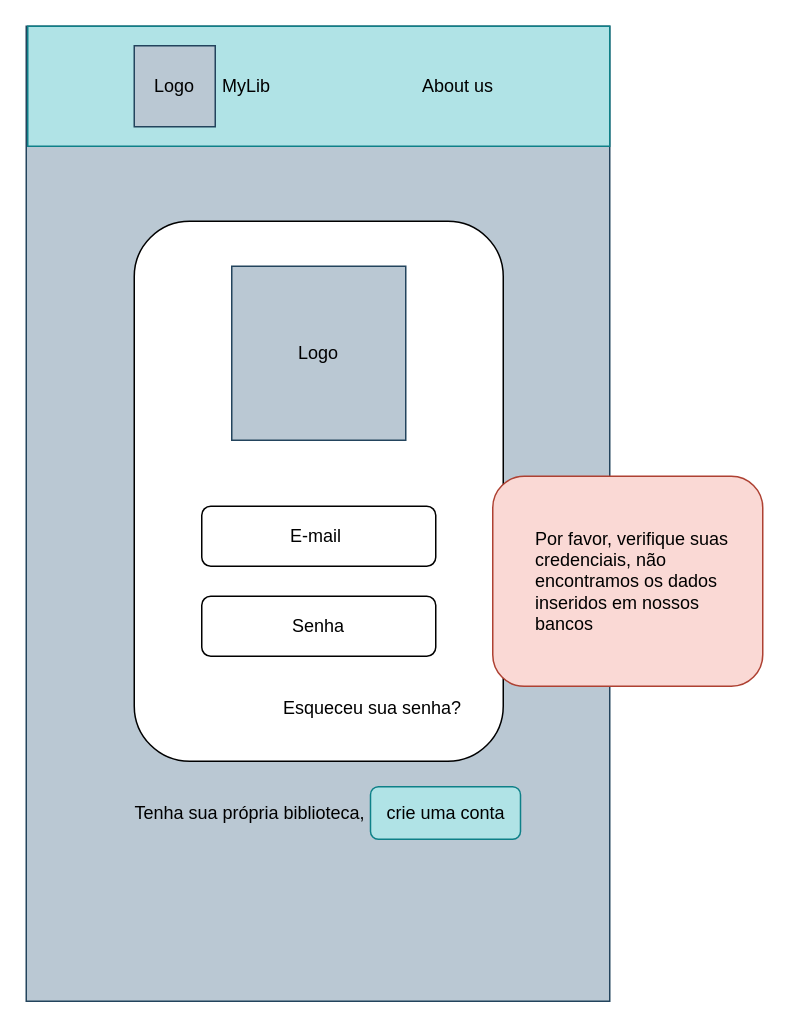
This is page "Errou a senha ou e-mail" (3 of 24) of Bookshelf.drawio from LeoHMuniz/FrontEnd, a draw.io file, before an edit. Source tidied: cells renumbered, new cells numbered last; positions are measured from the earlier drawing's top-left corner, leaving out a move shared by most shapes. Both pictures are drawn from the tidied source at 150%, with x=0, y=0 at pixel (26, 26).
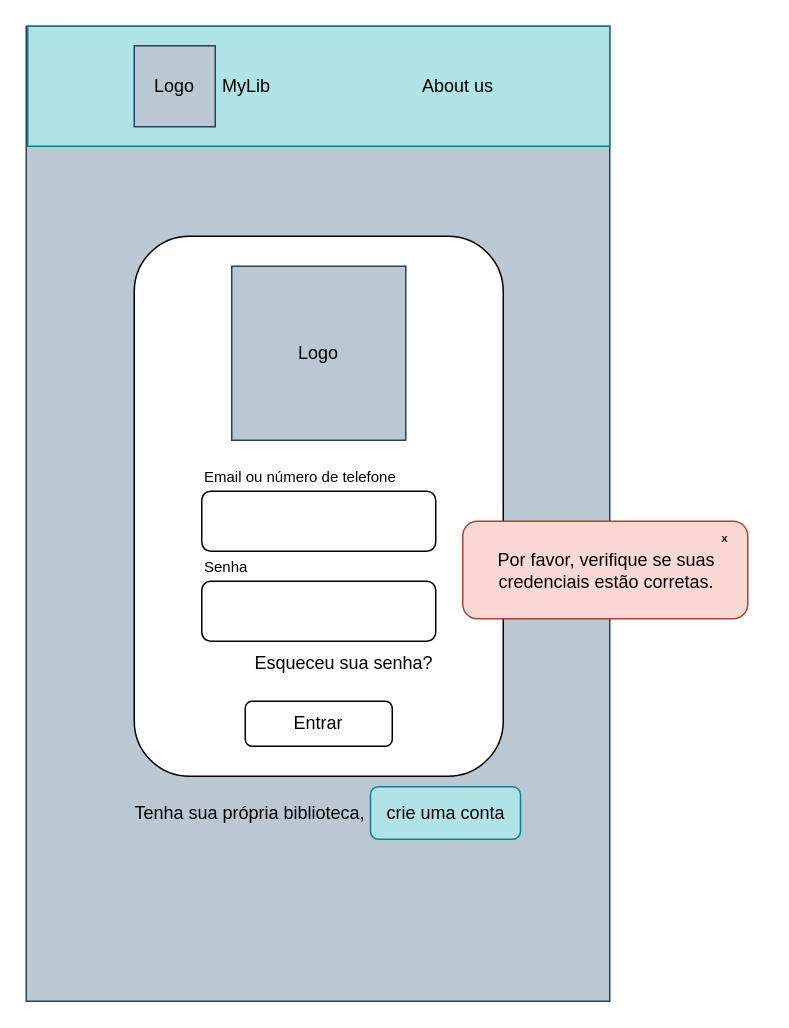
After the change.

Diff of the diagram source:
```diff
@@
 <mxGraphModel>
   <root>
     <mxCell id="0" />
     <mxCell id="1" parent="0" />
     <mxCell id="2" style="rounded=0;whiteSpace=wrap;html=1;fillColor=#bac8d3;strokeColor=#23445d;" parent="1" vertex="1">
       <mxGeometry width="389" height="650" as="geometry" />
     </mxCell>
-    <mxCell id="3" style="rounded=1;whiteSpace=wrap;html=1;" parent="1" vertex="1">
-      <mxGeometry x="72" y="130" width="246" height="360" as="geometry" />
-    </mxCell>
+    <mxCell id="15" style="rounded=1;whiteSpace=wrap;html=1;" parent="1" vertex="1">
+      <mxGeometry x="72" y="140" width="246" height="360" as="geometry" />
+    </mxCell>
     <mxCell id="4" value="Logo" style="whiteSpace=wrap;html=1;fillColor=#bac8d3;strokeColor=#23445d;" parent="1" vertex="1">
       <mxGeometry x="137" y="160" width="116" height="116" as="geometry" />
     </mxCell>
-    <mxCell id="5" value="E-mail&amp;nbsp;" style="rounded=1;whiteSpace=wrap;html=1;fillColor=none;" parent="1" vertex="1">
-      <mxGeometry x="117" y="320" width="156" height="40" as="geometry" />
-    </mxCell>
-    <mxCell id="6" value="&lt;div style=&quot;&quot;&gt;&lt;span style=&quot;background-color: initial;&quot;&gt;Senha&lt;/span&gt;&lt;/div&gt;" style="rounded=1;whiteSpace=wrap;html=1;align=center;fillColor=none;" parent="1" vertex="1">
-      <mxGeometry x="117" y="380" width="156" height="40" as="geometry" />
-    </mxCell>
+    <mxCell id="16" style="rounded=1;whiteSpace=wrap;html=1;fillColor=none;" parent="1" vertex="1">
+      <mxGeometry x="117" y="310" width="156" height="40" as="geometry" />
+    </mxCell>
+    <mxCell id="17" value="&lt;div style=&quot;&quot;&gt;&lt;br&gt;&lt;/div&gt;" style="rounded=1;whiteSpace=wrap;html=1;align=center;fillColor=none;" parent="1" vertex="1">
+      <mxGeometry x="117" y="370" width="156" height="40" as="geometry" />
+    </mxCell>
     <mxCell id="7" style="rounded=0;whiteSpace=wrap;html=1;fillColor=#b0e3e6;strokeColor=#0e8088;" parent="1" vertex="1">
       <mxGeometry x="1" width="388" height="80" as="geometry" />
     </mxCell>
     <mxCell id="8" value="About us" style="text;html=1;strokeColor=none;fillColor=none;align=center;verticalAlign=middle;whiteSpace=wrap;rounded=0;" parent="1" vertex="1">
       <mxGeometry x="258" y="25" width="60" height="30" as="geometry" />
     </mxCell>
     <mxCell id="9" value="Esqueceu sua senha?" style="text;html=1;strokeColor=none;fillColor=none;align=center;verticalAlign=middle;whiteSpace=wrap;rounded=0;" parent="1" vertex="1">
-      <mxGeometry x="161" y="440" width="140" height="30" as="geometry" />
+      <mxGeometry x="151" y="410" width="122" height="30" as="geometry" />
     </mxCell>
     <mxCell id="10" value="Tenha sua própria biblioteca,&amp;nbsp;" style="text;html=1;strokeColor=none;fillColor=none;align=center;verticalAlign=middle;whiteSpace=wrap;rounded=0;" parent="1" vertex="1">
       <mxGeometry x="60.5" y="510" width="180" height="30" as="geometry" />
     </mxCell>
     <mxCell id="11" value="crie uma conta" style="rounded=1;whiteSpace=wrap;html=1;fillColor=#b0e3e6;strokeColor=#0e8088;" parent="1" vertex="1">
       <mxGeometry x="229.5" y="507" width="100" height="35" as="geometry" />
     </mxCell>
-    <mxCell id="12" value="&lt;div style=&quot;&quot;&gt;&lt;span style=&quot;background-color: initial;&quot;&gt;&lt;span style=&quot;white-space: pre;&quot;&gt;&#9;&lt;/span&gt;Por favor, verifique suas &lt;span style=&quot;white-space: pre;&quot;&gt;&#9;&lt;/span&gt;credenciais, não &lt;span style=&quot;white-space: pre;&quot;&gt;&#9;&lt;/span&gt;encontramos os dados &lt;span style=&quot;white-space: pre;&quot;&gt;&#9;&lt;/span&gt;inseridos em nossos &lt;span style=&quot;white-space: pre;&quot;&gt;&#9;&lt;/span&gt;bancos&lt;/span&gt;&lt;/div&gt;" style="rounded=1;whiteSpace=wrap;html=1;fillColor=#fad9d5;strokeColor=#ae4132;align=left;" parent="1" vertex="1">
-      <mxGeometry x="311" y="300" width="180" height="140" as="geometry" />
-    </mxCell>
     <mxCell id="13" value="Logo" style="whiteSpace=wrap;html=1;fillColor=#bac8d3;strokeColor=#23445d;" parent="1" vertex="1">
       <mxGeometry x="72" y="13" width="54" height="54" as="geometry" />
     </mxCell>
     <mxCell id="14" value="MyLib" style="text;html=1;strokeColor=none;fillColor=none;align=center;verticalAlign=middle;whiteSpace=wrap;rounded=0;" parent="1" vertex="1">
       <mxGeometry x="102" y="25" width="90" height="30" as="geometry" />
     </mxCell>
+    <mxCell id="18" value="&lt;div style=&quot;&quot;&gt;&lt;span style=&quot;background-color: initial;&quot;&gt;Entrar&lt;/span&gt;&lt;/div&gt;" style="rounded=1;whiteSpace=wrap;html=1;align=center;fillColor=none;" parent="1" vertex="1">
+      <mxGeometry x="146" y="450" width="98" height="30" as="geometry" />
+    </mxCell>
+    <mxCell id="19" value="&lt;div style=&quot;text-align: center;&quot;&gt;&lt;span style=&quot;background-color: initial;&quot;&gt;Por favor, verifique se suas credenciais estão corretas.&lt;/span&gt;&lt;/div&gt;" style="rounded=1;whiteSpace=wrap;html=1;fillColor=#fad9d5;strokeColor=#ae4132;align=left;" parent="1" vertex="1">
+      <mxGeometry x="291" y="330" width="190" height="65" as="geometry" />
+    </mxCell>
+    <mxCell id="20" value="&lt;font style=&quot;font-size: 6px;&quot;&gt;&lt;b&gt;X&lt;/b&gt;&lt;/font&gt;" style="triangle;whiteSpace=wrap;html=1;fillColor=none;strokeColor=none;" parent="1" vertex="1">
+      <mxGeometry x="461" y="330" width="10" height="20" as="geometry" />
+    </mxCell>
+    <mxCell id="21" value="Email ou número de telefone" style="text;html=1;strokeColor=none;fillColor=none;align=left;verticalAlign=middle;whiteSpace=wrap;rounded=0;fontSize=10;" parent="1" vertex="1">
+      <mxGeometry x="117" y="290" width="170" height="20" as="geometry" />
+    </mxCell>
+    <mxCell id="6" value="Senha" style="text;html=1;strokeColor=none;fillColor=none;align=left;verticalAlign=middle;whiteSpace=wrap;rounded=0;fontSize=10;" parent="1" vertex="1">
+      <mxGeometry x="117" y="350" width="170" height="20" as="geometry" />
+    </mxCell>
   </root>
 </mxGraphModel>
```
